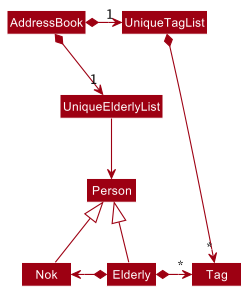
Before: docs/images/BetterModelClassDiagram.png, a diagram exported from PlantUML (tsy24/tp). Its source is kept beside it as docs/diagrams/BetterModelClassDiagram.puml.
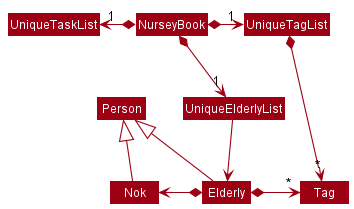
The same diagram one commit later.

What changed in the source:
```diff
@@ -4,13 +4,14 @@
 skinparam arrowColor MODEL_COLOR
 skinparam classBackgroundColor MODEL_COLOR
 
-AddressBook *-right-> "1" UniqueElderlyList
-AddressBook *-right-> "1" UniqueTagList
+NurseyBook *-down-> "1" UniqueElderlyList
+NurseyBook *-right-> "1" UniqueTagList
+NurseyBook *-left-> "1" UniqueTaskList
 UniqueTagList -[hidden]down- UniqueElderlyList
 UniqueTagList -[hidden]down- UniqueElderlyList
 
 UniqueTagList *-right-> "*" Tag
-UniqueElderlyList --> Person
+UniqueElderlyList --> Elderly
 
 Elderly -up-|> Person
 Nok -up-|> Person
```
